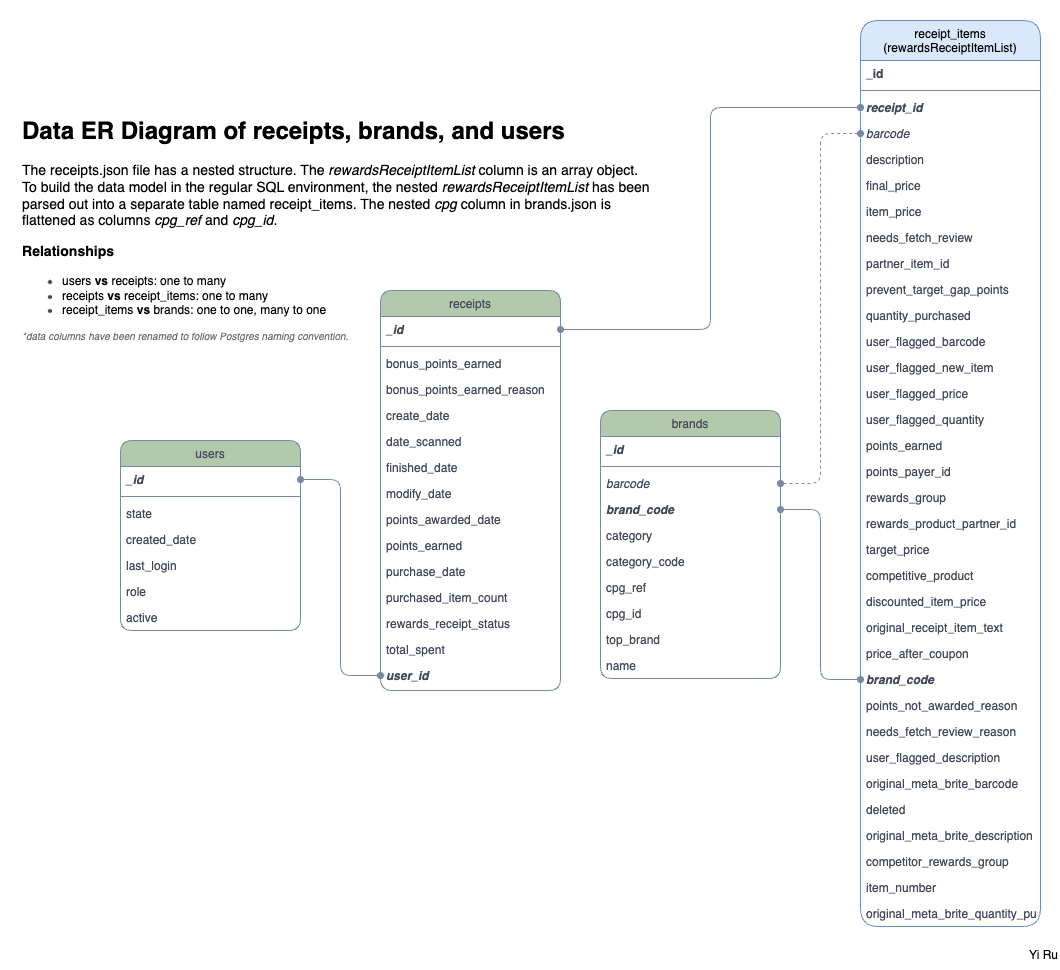
This is data_ER_diagram.drawio.png from Lewesyru/fetch_challenge, a draw.io export, as it was before one commit. Source tidied: cells renumbered, new cells last; positions are measured from the earlier drawing's top-left corner, leaving out a move shared by most shapes.
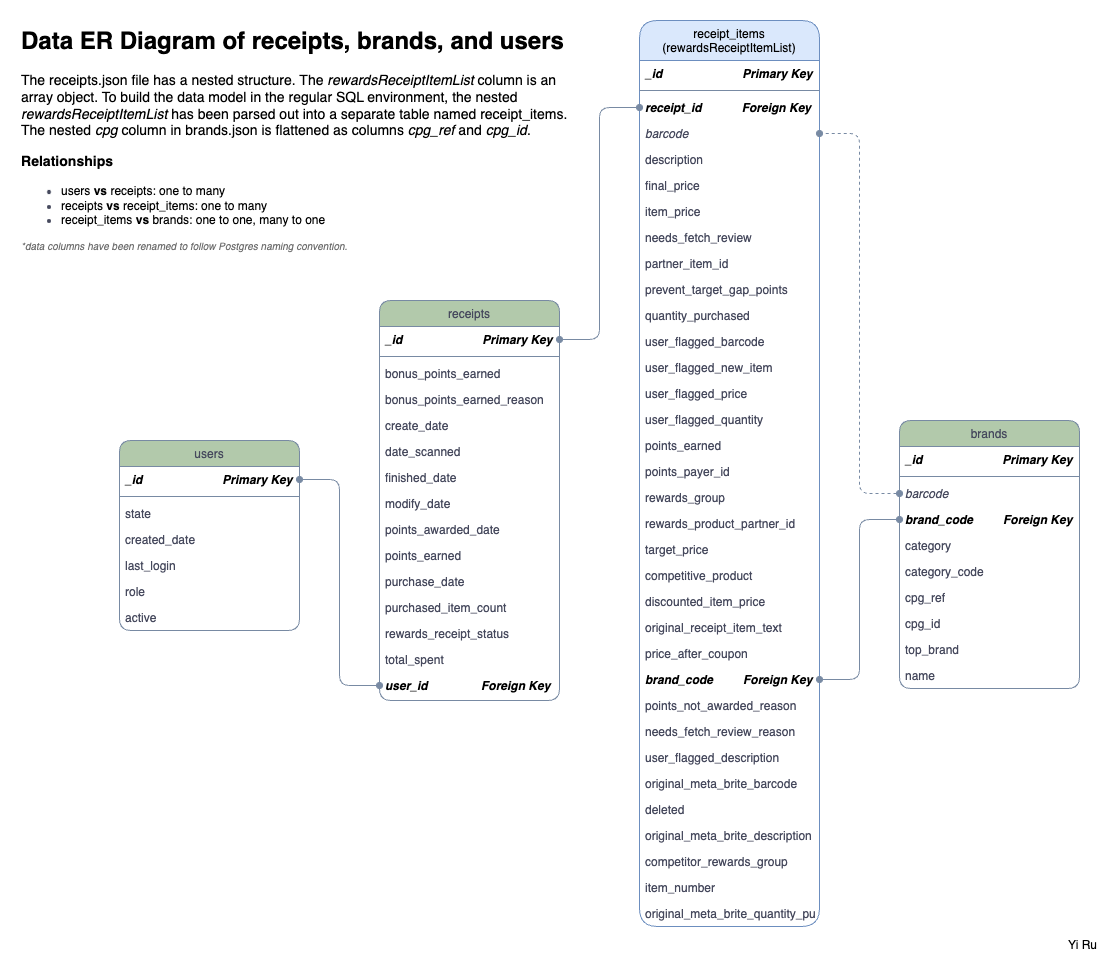
The same file after the commit.

Diff of the diagram source:
```diff
@@ -2,13 +2,16 @@
   <root>
     <mxCell id="0" />
     <mxCell id="1" parent="0" />
+    <mxCell id="78" style="rounded=0;whiteSpace=wrap;html=1;strokeColor=none;" parent="1" vertex="1">
+      <mxGeometry width="120" height="60" as="geometry" />
+    </mxCell>
     <mxCell id="2" value="&lt;h1 style=&quot;margin-top: 0px;&quot;&gt;&lt;font style=&quot;color: rgb(0, 0, 0);&quot;&gt;Data ER Diagram of receipts, brands, and users&lt;/font&gt;&lt;/h1&gt;&lt;h3&gt;&lt;font style=&quot;font-size: 14px;&quot;&gt;&lt;font color=&quot;#000000&quot;&gt;&lt;span style=&quot;font-weight: normal;&quot;&gt;The receipts.json file has a nested structure. The&amp;nbsp;&lt;/span&gt;&lt;/font&gt;&lt;i style=&quot;color: light-dark(rgb(0, 0, 0), rgb(237, 237, 237)); background-color: transparent; font-weight: normal;&quot;&gt;rewardsReceiptItemList&lt;/i&gt;&lt;span style=&quot;color: light-dark(rgb(0, 0, 0), rgb(237, 237, 237)); background-color: transparent; font-weight: normal;&quot;&gt;&amp;nbsp;column is an array object. To build the data model in the regular SQL environment, the nested &lt;/span&gt;&lt;i style=&quot;color: light-dark(rgb(0, 0, 0), rgb(237, 237, 237)); background-color: transparent; font-weight: normal;&quot;&gt;rewardsReceiptItemList&lt;/i&gt;&lt;span style=&quot;color: light-dark(rgb(0, 0, 0), rgb(237, 237, 237)); background-color: transparent; font-weight: normal;&quot;&gt;&amp;nbsp;has been parsed out into a separate table named receipt_items. The nested &lt;i&gt;cpg&lt;/i&gt; column in brands.json is flattened as columns &lt;i&gt;cpg_ref&lt;/i&gt; and &lt;i&gt;cpg_id&lt;/i&gt;.&lt;/span&gt;&lt;/font&gt;&lt;/h3&gt;&lt;h3&gt;&lt;strong&gt;&lt;font style=&quot;color: rgb(0, 0, 0);&quot;&gt;Relationships&lt;/font&gt;&lt;/strong&gt;&lt;/h3&gt;&lt;ul&gt;&lt;li&gt;&lt;span&gt;&lt;font style=&quot;color: rgb(0, 0, 0);&quot;&gt;users &lt;b&gt;vs&lt;/b&gt; receipts: one to many&lt;/font&gt;&lt;/span&gt;&lt;/li&gt;&lt;li&gt;&lt;span&gt;&lt;font style=&quot;color: rgb(0, 0, 0);&quot;&gt;receipts &lt;b&gt;vs&lt;/b&gt; receipt_items: one to many&lt;/font&gt;&lt;/span&gt;&lt;/li&gt;&lt;li&gt;&lt;span&gt;&lt;font style=&quot;color: rgb(0, 0, 0);&quot;&gt;receipt_items &lt;b&gt;vs&lt;/b&gt;&amp;nbsp;brands: one to one, many to one&lt;/font&gt;&lt;/span&gt;&lt;/li&gt;&lt;/ul&gt;&lt;div&gt;&lt;i&gt;&lt;font style=&quot;color: rgb(112, 112, 112); font-size: 10px;&quot;&gt;*data columns have been renamed to follow Postgres naming convention.&amp;nbsp;&lt;/font&gt;&lt;/i&gt;&lt;/div&gt;" style="text;html=1;whiteSpace=wrap;overflow=hidden;rounded=0;fontColor=#46495D;" parent="1" vertex="1">
-      <mxGeometry x="20" y="110" width="630" height="290" as="geometry" />
+      <mxGeometry x="20" y="20" width="550" height="290" as="geometry" />
     </mxCell>
     <mxCell id="3" value="receipts" style="swimlane;fontStyle=0;align=center;verticalAlign=top;horizontal=1;startSize=26;rounded=1;shadow=0;strokeWidth=1;labelBackgroundColor=none;fillColor=#B2C9AB;strokeColor=#788AA3;fontColor=#46495D;" parent="1" vertex="1">
-      <mxGeometry x="380" y="290" width="180" height="400" as="geometry" />
+      <mxGeometry x="380" y="300" width="180" height="400" as="geometry" />
     </mxCell>
-    <mxCell id="4" value="_id" style="text;align=left;verticalAlign=top;spacingLeft=4;spacingRight=4;overflow=hidden;points=[[0,0.5],[1,0.5]];portConstraint=eastwest;rounded=1;labelBackgroundColor=none;fontColor=#46495D;fontStyle=3;" parent="3" vertex="1">
+    <mxCell id="4" value="_id                        Primary Key" style="text;align=left;verticalAlign=top;spacingLeft=4;spacingRight=4;overflow=hidden;points=[[0,0.5],[1,0.5]];portConstraint=eastwest;rounded=1;labelBackgroundColor=none;fontColor=default;fontStyle=3;" parent="3" vertex="1">
       <mxGeometry y="26" width="180" height="26" as="geometry" />
     </mxCell>
     <mxCell id="5" style="line;html=1;strokeWidth=1;align=left;verticalAlign=middle;spacingTop=-1;spacingLeft=3;spacingRight=3;labelPosition=right;rounded=1;labelBackgroundColor=none;fillColor=#B2C9AB;strokeColor=#788AA3;fontColor=#46495D;" parent="3" vertex="1">
@@ -50,13 +53,13 @@
     <mxCell id="17" value="total_spent" style="text;align=left;verticalAlign=top;spacingLeft=4;spacingRight=4;overflow=hidden;rounded=1;labelBackgroundColor=none;fontColor=#46495D;" parent="3" vertex="1">
       <mxGeometry y="346" width="180" height="26" as="geometry" />
     </mxCell>
-    <mxCell id="18" value="user_id" style="text;align=left;verticalAlign=top;spacingLeft=4;spacingRight=4;overflow=hidden;points=[[0,0.5],[1,0.5]];portConstraint=eastwest;rounded=1;labelBackgroundColor=none;fontColor=#46495D;fontStyle=3;" parent="3" vertex="1">
+    <mxCell id="18" value="user_id                Foreign Key" style="text;align=left;verticalAlign=top;spacingLeft=4;spacingRight=4;overflow=hidden;points=[[0,0.5],[1,0.5]];portConstraint=eastwest;rounded=1;labelBackgroundColor=none;fontColor=default;fontStyle=3;" parent="3" vertex="1">
       <mxGeometry y="372" width="180" height="26" as="geometry" />
     </mxCell>
     <mxCell id="19" value="brands" style="swimlane;fontStyle=0;align=center;verticalAlign=top;horizontal=1;startSize=26;rounded=1;shadow=0;strokeWidth=1;labelBackgroundColor=none;fillColor=#B2C9AB;strokeColor=#788AA3;fontColor=#46495D;" parent="1" vertex="1">
-      <mxGeometry x="600" y="410" width="180" height="268" as="geometry" />
+      <mxGeometry x="900" y="420" width="180" height="268" as="geometry" />
     </mxCell>
-    <mxCell id="20" value="_id" style="text;align=left;verticalAlign=top;spacingLeft=4;spacingRight=4;overflow=hidden;rounded=1;labelBackgroundColor=none;fontColor=#46495D;fontStyle=3;" parent="19" vertex="1">
+    <mxCell id="20" value="_id                        Primary Key" style="text;align=left;verticalAlign=top;spacingLeft=4;spacingRight=4;overflow=hidden;rounded=1;labelBackgroundColor=none;fontColor=default;fontStyle=3;" parent="19" vertex="1">
       <mxGeometry y="26" width="180" height="26" as="geometry" />
     </mxCell>
     <mxCell id="21" style="line;html=1;strokeWidth=1;align=left;verticalAlign=middle;spacingTop=-1;spacingLeft=3;spacingRight=3;labelPosition=right;rounded=1;labelBackgroundColor=none;fillColor=#B2C9AB;strokeColor=#788AA3;fontColor=#46495D;" parent="19" vertex="1">
@@ -65,7 +68,7 @@
     <mxCell id="22" value="barcode" style="text;align=left;verticalAlign=top;spacingLeft=4;spacingRight=4;overflow=hidden;points=[[0,0.5],[1,0.5]];portConstraint=eastwest;rounded=1;shadow=0;html=0;labelBackgroundColor=none;fontColor=#46495D;fontStyle=2;" parent="19" vertex="1">
       <mxGeometry y="60" width="180" height="26" as="geometry" />
     </mxCell>
-    <mxCell id="23" value="brand_code" style="text;align=left;verticalAlign=top;spacingLeft=4;spacingRight=4;overflow=hidden;points=[[0,0.5],[1,0.5]];portConstraint=eastwest;rounded=1;labelBackgroundColor=none;fontColor=#46495D;fontStyle=3;" parent="19" vertex="1">
+    <mxCell id="23" value="brand_code         Foreign Key" style="text;align=left;verticalAlign=top;spacingLeft=4;spacingRight=4;overflow=hidden;points=[[0,0.5],[1,0.5]];portConstraint=eastwest;rounded=1;labelBackgroundColor=none;fontColor=default;fontStyle=3;" parent="19" vertex="1">
       <mxGeometry y="86" width="180" height="26" as="geometry" />
     </mxCell>
     <mxCell id="24" value="category" style="text;align=left;verticalAlign=top;spacingLeft=4;spacingRight=4;overflow=hidden;rounded=1;shadow=0;html=0;labelBackgroundColor=none;fontColor=#46495D;" parent="19" vertex="1">
@@ -89,7 +92,7 @@
     <mxCell id="30" value="users" style="swimlane;fontStyle=0;align=center;verticalAlign=top;horizontal=1;startSize=26;rounded=1;shadow=0;strokeWidth=1;labelBackgroundColor=none;fillColor=#B2C9AB;strokeColor=#788AA3;fontColor=#46495D;" parent="1" vertex="1">
       <mxGeometry x="120" y="440" width="180" height="190" as="geometry" />
     </mxCell>
-    <mxCell id="31" value="_id" style="text;align=left;verticalAlign=top;spacingLeft=4;spacingRight=4;overflow=hidden;points=[[0,0.5],[1,0.5]];portConstraint=eastwest;rounded=1;labelBackgroundColor=none;fontColor=#46495D;fontStyle=3;" parent="30" vertex="1">
+    <mxCell id="31" value="_id                        Primary Key" style="text;align=left;verticalAlign=top;spacingLeft=4;spacingRight=4;overflow=hidden;points=[[0,0.5],[1,0.5]];portConstraint=eastwest;rounded=1;labelBackgroundColor=none;fontColor=default;fontStyle=3;" parent="30" vertex="1">
       <mxGeometry y="26" width="180" height="26" as="geometry" />
     </mxCell>
     <mxCell id="32" style="line;html=1;strokeWidth=1;align=left;verticalAlign=middle;spacingTop=-1;spacingLeft=3;spacingRight=3;labelPosition=right;rounded=1;labelBackgroundColor=none;fillColor=#B2C9AB;strokeColor=#788AA3;fontColor=#46495D;" parent="30" vertex="1">
@@ -111,15 +114,15 @@
       <mxGeometry y="164" width="180" height="26" as="geometry" />
     </mxCell>
     <mxCell id="38" value="receipt_items&#10;(rewardsReceiptItemList)" style="swimlane;fontStyle=0;align=center;verticalAlign=top;horizontal=1;startSize=40;rounded=1;shadow=0;strokeWidth=1;labelBackgroundColor=none;fillColor=#dae8fc;strokeColor=#6c8ebf;" parent="1" vertex="1">
-      <mxGeometry x="860" y="20" width="180" height="906" as="geometry" />
+      <mxGeometry x="640" y="20" width="180" height="906" as="geometry" />
     </mxCell>
-    <mxCell id="39" value="_id" style="text;align=left;verticalAlign=top;spacingLeft=4;spacingRight=4;overflow=hidden;rounded=1;labelBackgroundColor=none;fontColor=#46495D;fontStyle=1;" parent="38" vertex="1">
+    <mxCell id="39" value="_id                        Primary Key" style="text;align=left;verticalAlign=top;spacingLeft=4;spacingRight=4;overflow=hidden;rounded=1;labelBackgroundColor=none;fontColor=default;fontStyle=3;" parent="38" vertex="1">
       <mxGeometry y="40" width="180" height="26" as="geometry" />
     </mxCell>
     <mxCell id="40" style="line;html=1;strokeWidth=1;align=left;verticalAlign=middle;spacingTop=-1;spacingLeft=3;spacingRight=3;labelPosition=right;rounded=1;labelBackgroundColor=none;fillColor=#B2C9AB;strokeColor=#788AA3;fontColor=#46495D;" parent="38" vertex="1">
       <mxGeometry y="66" width="180" height="8" as="geometry" />
     </mxCell>
-    <mxCell id="41" value="receipt_id" style="text;align=left;verticalAlign=top;spacingLeft=4;spacingRight=4;overflow=hidden;points=[[0,0.5],[1,0.5]];portConstraint=eastwest;rounded=1;labelBackgroundColor=none;fontColor=#46495D;fontStyle=3;" parent="38" vertex="1">
+    <mxCell id="41" value="receipt_id            Foreign Key" style="text;align=left;verticalAlign=top;spacingLeft=4;spacingRight=4;overflow=hidden;points=[[0,0.5],[1,0.5]];portConstraint=eastwest;rounded=1;labelBackgroundColor=none;fontColor=default;fontStyle=3;" parent="38" vertex="1">
       <mxGeometry y="74" width="180" height="26" as="geometry" />
     </mxCell>
     <mxCell id="42" value="barcode" style="text;align=left;verticalAlign=top;spacingLeft=4;spacingRight=4;overflow=hidden;points=[[0,0.5],[1,0.5]];portConstraint=eastwest;rounded=1;shadow=0;html=0;labelBackgroundColor=none;fontColor=#46495D;fontStyle=2;" parent="38" vertex="1">
@@ -185,7 +188,7 @@
     <mxCell id="62" value="price_after_coupon" style="text;align=left;verticalAlign=top;spacingLeft=4;spacingRight=4;overflow=hidden;rounded=1;labelBackgroundColor=none;fontColor=#46495D;" parent="38" vertex="1">
       <mxGeometry y="620" width="180" height="26" as="geometry" />
     </mxCell>
-    <mxCell id="63" value="brand_code" style="text;align=left;verticalAlign=top;spacingLeft=4;spacingRight=4;overflow=hidden;points=[[0,0.5],[1,0.5]];portConstraint=eastwest;rounded=1;shadow=0;html=0;labelBackgroundColor=none;fontColor=#46495D;fontStyle=3;" parent="38" vertex="1">
+    <mxCell id="63" value="brand_code         Foreign Key" style="text;align=left;verticalAlign=top;spacingLeft=4;spacingRight=4;overflow=hidden;points=[[0,0.5],[1,0.5]];portConstraint=eastwest;rounded=1;shadow=0;html=0;labelBackgroundColor=none;fontColor=default;fontStyle=3;" parent="38" vertex="1">
       <mxGeometry y="646" width="180" height="26" as="geometry" />
     </mxCell>
     <mxCell id="64" value="points_not_awarded_reason" style="text;align=left;verticalAlign=top;spacingLeft=4;spacingRight=4;overflow=hidden;rounded=1;shadow=0;html=0;labelBackgroundColor=none;fontColor=#46495D;" parent="38" vertex="1">
@@ -218,20 +221,17 @@
     <mxCell id="73" style="rounded=1;jettySize=auto;html=1;strokeColor=#788AA3;fontColor=#46495D;fillColor=#B2C9AB;edgeStyle=orthogonalEdgeStyle;curved=0;startArrow=oval;startFill=1;endArrow=oval;endFill=1;" parent="1" edge="1" source="31" target="18">
       <mxGeometry relative="1" as="geometry" />
     </mxCell>
-    <mxCell id="74" style="edgeStyle=orthogonalEdgeStyle;rounded=1;jettySize=auto;html=1;strokeColor=#788AA3;fontColor=#46495D;fillColor=#B2C9AB;curved=0;startArrow=oval;startFill=1;endArrow=oval;endFill=1;" parent="1" edge="1" source="41" target="4">
-      <mxGeometry relative="1" as="geometry" />
-    </mxCell>
     <mxCell id="75" style="edgeStyle=orthogonalEdgeStyle;rounded=1;jettySize=auto;html=1;strokeColor=#788AA3;fontColor=#46495D;fillColor=#B2C9AB;curved=0;endArrow=oval;endFill=1;startArrow=oval;startFill=1;" parent="1" edge="1" source="63" target="23">
       <mxGeometry relative="1" as="geometry" />
     </mxCell>
     <mxCell id="76" value="Yi Ru" style="text;html=1;align=right;verticalAlign=middle;whiteSpace=wrap;rounded=0;" parent="1" vertex="1">
-      <mxGeometry x="1000" y="940" width="60" height="30" as="geometry" />
+      <mxGeometry x="1040" y="930" width="60" height="30" as="geometry" />
     </mxCell>
     <mxCell id="77" style="edgeStyle=orthogonalEdgeStyle;rounded=1;jettySize=auto;html=1;curved=0;strokeColor=light-dark(#788aa3, #ededed);startArrow=oval;startFill=1;endArrow=oval;endFill=1;dashed=1;" parent="1" edge="1" source="22" target="42">
       <mxGeometry relative="1" as="geometry" />
     </mxCell>
-    <mxCell id="78" style="rounded=0;whiteSpace=wrap;html=1;strokeColor=none;" parent="1" vertex="1">
-      <mxGeometry width="120" height="60" as="geometry" />
-    </mxCell>
+    <mxCell id="79" style="edgeStyle=orthogonalEdgeStyle;rounded=1;jettySize=auto;html=1;curved=0;startArrow=oval;startFill=1;endArrow=oval;endFill=1;strokeColor=#788AA3;" parent="1" edge="1" source="4" target="41">
+      <mxGeometry relative="1" as="geometry" />
+    </mxCell>
   </root>
 </mxGraphModel>
```
